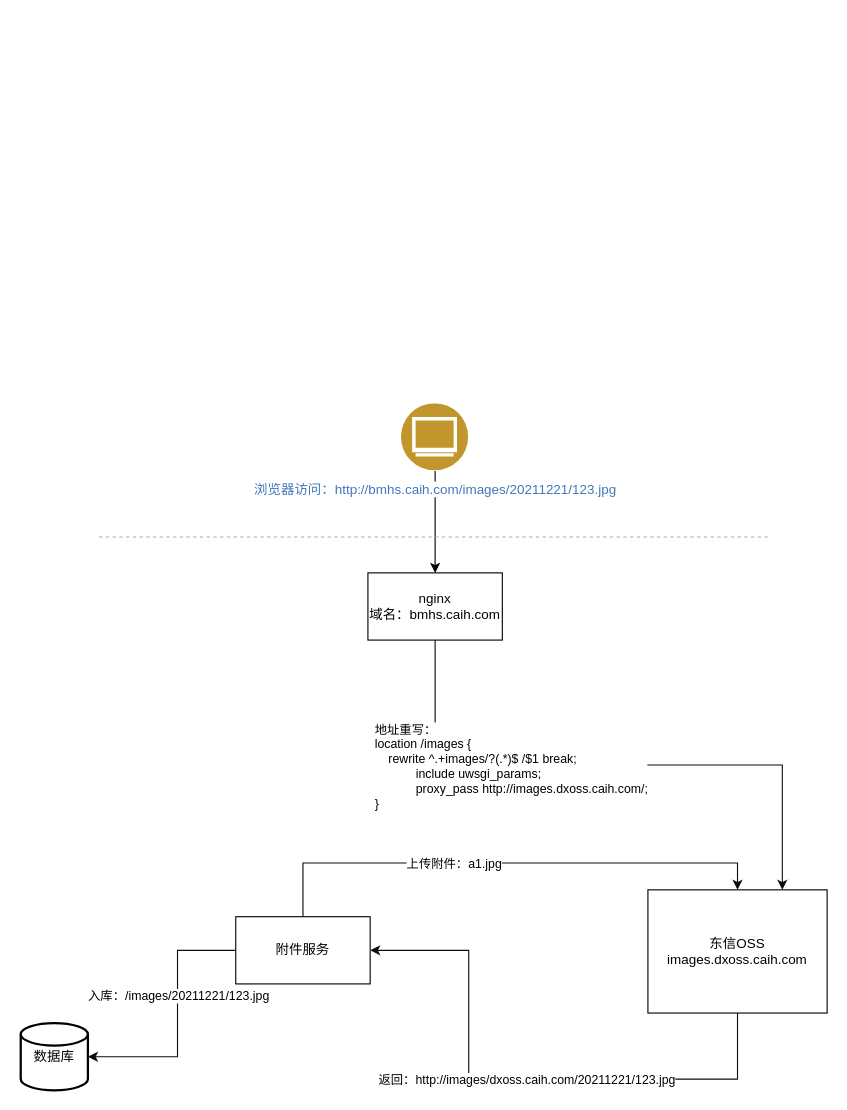
Before: 对象存储.drawio in ghappier/draw, a draw.io diagram. Source tidied: cells renumbered, new cells numbered last; positions are measured from the earlier drawing's top-left corner, leaving out a move shared by most shapes. Both pictures are drawn from the tidied source at 112%, with x=0, y=0 at pixel (20, 403).
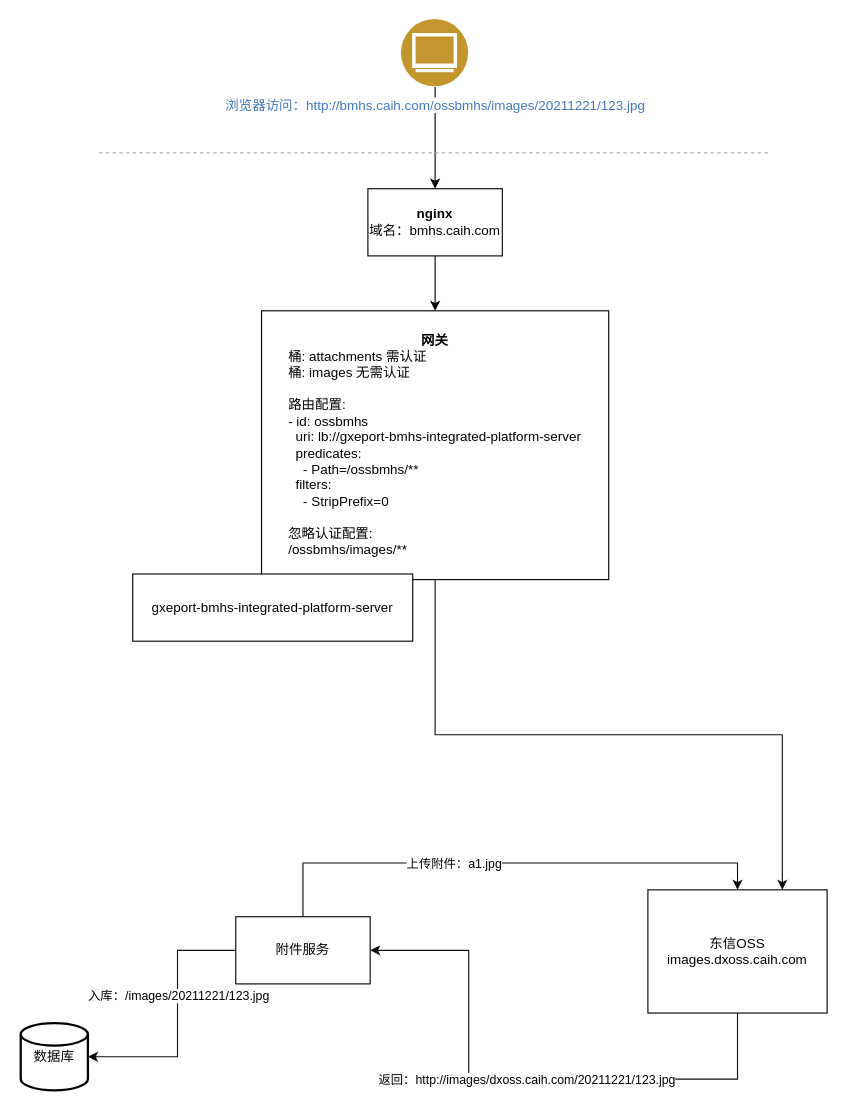
The same page after the edit.

Unchanged cells that the change refers to:
```xml
<mxCell id="10" value="东信OSS&lt;br&gt;images.dxoss.caih.com" style="rounded=0;whiteSpace=wrap;html=1;" parent="1" vertex="1">
  <mxGeometry x="560" y="434" width="160" height="110" as="geometry" />
</mxCell>
```

The edit, as a diff of the source:
```diff
@@
-    <mxCell id="2" style="edgeStyle=orthogonalEdgeStyle;rounded=0;jettySize=auto;html=1;exitX=0.5;exitY=1;exitDx=0;exitDy=0;entryX=0.75;entryY=0;entryDx=0;entryDy=0;strokeColor=#0D0D0D;" parent="1" edge="1" source="4" target="10">
+    <mxCell id="2" style="edgeStyle=orthogonalEdgeStyle;rounded=0;jettySize=auto;html=1;exitX=0.5;exitY=1;exitDx=0;exitDy=0;entryX=0.75;entryY=0;entryDx=0;entryDy=0;strokeColor=#0D0D0D;" parent="1" edge="1" source="18" target="10">
       <mxGeometry relative="1" as="geometry" />
     </mxCell>
-    <mxCell id="3" value="&lt;div style=&quot;text-align: left&quot;&gt;地址重写：&lt;/div&gt;&lt;div style=&quot;text-align: left&quot;&gt;location /images {&lt;/div&gt;&lt;div style=&quot;text-align: left&quot;&gt;&lt;span style=&quot;font-size: 11px&quot;&gt;&amp;nbsp; &amp;nbsp; rewrite ^.+images/?(.*)$ /$1 break;&lt;/span&gt;&lt;/div&gt;&lt;div style=&quot;text-align: left&quot;&gt;&lt;span style=&quot;font-size: 11px&quot;&gt;&amp;nbsp; &amp;nbsp; &amp;nbsp; &amp;nbsp; &amp;nbsp; &amp;nbsp; include uwsgi_params;&lt;/span&gt;&lt;/div&gt;&lt;div style=&quot;text-align: left&quot;&gt;&lt;span style=&quot;font-size: 11px&quot;&gt;&amp;nbsp; &amp;nbsp; &amp;nbsp; &amp;nbsp; &amp;nbsp; &amp;nbsp; proxy_pass http://images.dxoss.caih.com/;&lt;/span&gt;&lt;/div&gt;&lt;div style=&quot;text-align: left&quot;&gt;}&lt;/div&gt;" style="edgeLabel;html=1;align=center;verticalAlign=middle;" parent="2" vertex="1">
+    <mxCell id="3" value="&lt;div style=&quot;text-align: left&quot;&gt;&lt;br&gt;&lt;/div&gt;" style="edgeLabel;html=1;align=center;verticalAlign=middle;" parent="2" vertex="1">
       <mxGeometry x="-0.33" y="-1" relative="1" as="geometry" />
     </mxCell>
+    <mxCell id="17" style="edgeStyle=orthogonalEdgeStyle;rounded=0;jettySize=auto;html=1;exitX=0.5;exitY=1;exitDx=0;exitDy=0;entryX=0.5;entryY=0;entryDx=0;entryDy=0;" parent="1" edge="1" source="4" target="18">
+      <mxGeometry relative="1" as="geometry" />
+    </mxCell>
-    <mxCell id="4" value="nginx&lt;br&gt;域名：bmhs.caih.com" style="rounded=0;whiteSpace=wrap;html=1;" parent="1" vertex="1">
-      <mxGeometry x="310" y="151" width="120" height="60" as="geometry" />
+    <mxCell id="4" value="&lt;b&gt;nginx&lt;/b&gt;&lt;br&gt;域名：bmhs.caih.com" style="rounded=0;whiteSpace=wrap;html=1;" parent="1" vertex="1">
+      <mxGeometry x="310" y="-192" width="120" height="60" as="geometry" />
     </mxCell>
@@
-    <mxCell id="6" value="浏览器访问：http://bmhs.caih.com/images/20211221/123.jpg" style="perimeter=ellipsePerimeter;html=1;align=center;shadow=0;dashed=0;fontColor=#4277BB;labelBackgroundColor=#ffffff;fontSize=12;spacingTop=3;image;image=img/lib/ibm/users/browser.svg;" parent="1" vertex="1">
-      <mxGeometry x="340" width="60" height="60" as="geometry" />
+    <mxCell id="6" value="浏览器访问：http://bmhs.caih.com/ossbmhs/images/20211221/123.jpg" style="perimeter=ellipsePerimeter;html=1;align=center;shadow=0;dashed=0;fontColor=#4277BB;labelBackgroundColor=#ffffff;fontSize=12;spacingTop=3;image;image=img/lib/ibm/users/browser.svg;" parent="1" vertex="1">
+      <mxGeometry x="340" y="-343" width="60" height="60" as="geometry" />
     </mxCell>
     <mxCell id="7" style="endArrow=none;html=1;rounded=0;strokeColor=#ABABAB;dashed=1;" parent="1" edge="1">
       <mxGeometry relative="1" as="geometry">
-        <mxPoint x="70" y="119" as="sourcePoint" />
-        <mxPoint x="670" y="119" as="targetPoint" />
+        <mxPoint x="70" y="-224" as="sourcePoint" />
+        <mxPoint x="670" y="-224" as="targetPoint" />
       </mxGeometry>
     </mxCell>
@@
+    <mxCell id="18" value="&lt;b&gt;网关&lt;/b&gt;&lt;br&gt;&lt;div style=&quot;text-align: left&quot;&gt;桶: attachments 需认证&lt;/div&gt;&lt;div style=&quot;text-align: left&quot;&gt;桶: images 无需认证&lt;/div&gt;&lt;div style=&quot;text-align: left&quot;&gt;&lt;br&gt;&lt;/div&gt;&lt;div style=&quot;text-align: left&quot;&gt;路由配置:&lt;/div&gt;&lt;div style=&quot;text-align: left&quot;&gt;- id: ossbmhs&lt;/div&gt;&lt;div style=&quot;text-align: left&quot;&gt;&amp;nbsp; uri: lb://gxeport-bmhs-integrated-platform-server&lt;/div&gt;&lt;div style=&quot;text-align: left&quot;&gt;&amp;nbsp; predicates:&lt;/div&gt;&lt;div style=&quot;text-align: left&quot;&gt;&amp;nbsp; &amp;nbsp; - Path=/ossbmhs/**&lt;/div&gt;&lt;div style=&quot;text-align: left&quot;&gt;&amp;nbsp; filters:&lt;/div&gt;&lt;div style=&quot;text-align: left&quot;&gt;&amp;nbsp; &amp;nbsp; - StripPrefix=0&lt;/div&gt;&lt;div style=&quot;text-align: left&quot;&gt;&lt;br&gt;&lt;/div&gt;&lt;div style=&quot;text-align: left&quot;&gt;忽略认证配置:&lt;/div&gt;&lt;div style=&quot;text-align: left&quot;&gt;/ossbmhs/images/**&lt;br&gt;&lt;/div&gt;" style="rounded=0;whiteSpace=wrap;html=1;" parent="1" vertex="1">
+      <mxGeometry x="215" y="-83" width="310" height="240" as="geometry" />
+    </mxCell>
+    <mxCell id="19" value="gxeport-bmhs-integrated-platform-server" style="rounded=0;whiteSpace=wrap;html=1;" parent="1" vertex="1">
+      <mxGeometry x="100" y="152" width="250" height="60" as="geometry" />
+    </mxCell>
```
